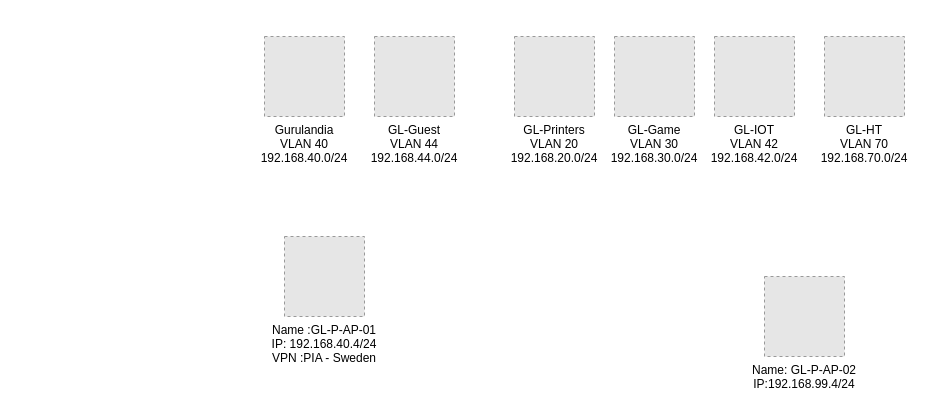
Above: Gurulandia-Network.drawio in Harjanator/network-diagrams (draw.io), before the change. Source tidied: cells renumbered, new cells numbered last; positions are measured from the earlier drawing's top-left corner, leaving out a move shared by most shapes. Both pictures are drawn from the tidied source at 100%, with x=0, y=0 at pixel (264, 36). Pictures stored in the file or linked from it are replaced by grey dashed boxes.
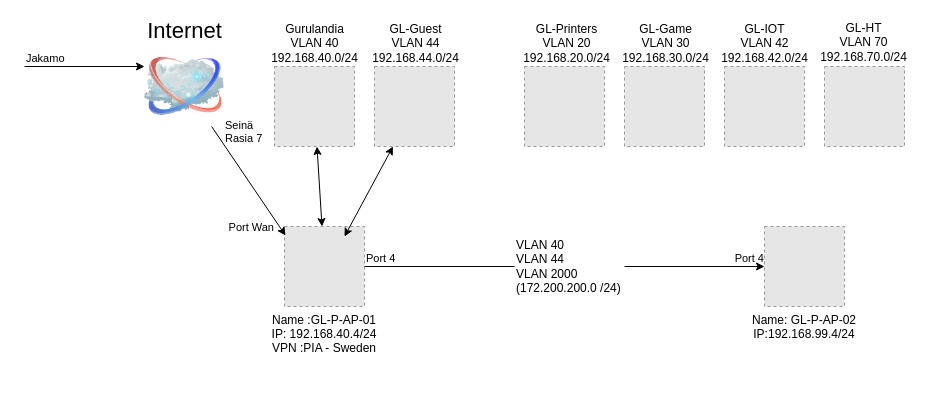
The same page after the edit.

What changed in the source:
```diff
@@
     <mxCell id="2" value="Name :GL-P-AP-01&#10;IP: 192.168.40.4/24&#10;VPN :PIA - Sweden" style="fillColor=#E6E6E6;strokeColor=#999999;dashed=1;verticalLabelPosition=bottom;labelBackgroundColor=default;verticalAlign=top;" parent="1" vertex="1">
-      <mxGeometry x="20" y="200" width="80" height="80" as="geometry" />
+      <mxGeometry x="20" y="190" width="80" height="80" as="geometry" />
     </mxCell>
     <mxCell id="3" value="Name: GL-P-AP-02&#10;IP:192.168.99.4/24" style="fillColor=#E6E6E6;strokeColor=#999999;dashed=1;verticalLabelPosition=bottom;labelBackgroundColor=default;verticalAlign=top;" parent="1" vertex="1">
-      <mxGeometry x="500" y="240" width="80" height="80" as="geometry" />
+      <mxGeometry x="500" y="190" width="80" height="80" as="geometry" />
     </mxCell>
-    <mxCell id="4" value="Gurulandia&#10;VLAN 40&#10;192.168.40.0/24" style="fillColor=#E6E6E6;strokeColor=#999999;dashed=1;verticalLabelPosition=bottom;labelBackgroundColor=default;verticalAlign=top;" parent="1" vertex="1">
-      <mxGeometry width="80" height="80" as="geometry" />
+    <mxCell id="4" value="Gurulandia&lt;br&gt;VLAN 40&lt;br&gt;192.168.40.0/24" style="fillColor=#E6E6E6;strokeColor=#999999;dashed=1;verticalLabelPosition=bottom;labelBackgroundColor=default;verticalAlign=top;html=1;" parent="1" vertex="1">
+      <mxGeometry x="10" y="30" width="80" height="80" as="geometry">
+        <mxPoint y="-131" as="offset" />
+      </mxGeometry>
     </mxCell>
-    <mxCell id="5" value="GL-Guest&#10;VLAN 44&#10;192.168.44.0/24" style="fillColor=#E6E6E6;strokeColor=#999999;dashed=1;verticalLabelPosition=bottom;labelBackgroundColor=default;verticalAlign=top;" parent="1" vertex="1">
-      <mxGeometry x="110" width="80" height="80" as="geometry" />
+    <mxCell id="5" value="GL-Guest&lt;br&gt;VLAN 44&lt;br&gt;192.168.44.0/24" style="fillColor=#E6E6E6;strokeColor=#999999;dashed=1;verticalLabelPosition=bottom;labelBackgroundColor=default;verticalAlign=top;html=1;" parent="1" vertex="1">
+      <mxGeometry x="110" y="30" width="80" height="80" as="geometry">
+        <mxPoint x="1" y="-131" as="offset" />
+      </mxGeometry>
     </mxCell>
-    <mxCell id="6" value="GL-Printers&#10;VLAN 20&#10;192.168.20.0/24" style="fillColor=#E6E6E6;strokeColor=#999999;dashed=1;verticalLabelPosition=bottom;labelBackgroundColor=default;verticalAlign=top;" parent="1" vertex="1">
-      <mxGeometry x="250" width="80" height="80" as="geometry" />
+    <mxCell id="6" value="GL-Printers&lt;br&gt;VLAN 20&lt;br&gt;192.168.20.0/24" style="fillColor=#E6E6E6;strokeColor=#999999;dashed=1;verticalLabelPosition=bottom;labelBackgroundColor=default;verticalAlign=top;html=1;" parent="1" vertex="1">
+      <mxGeometry x="260" y="30" width="80" height="80" as="geometry">
+        <mxPoint x="2" y="-131" as="offset" />
+      </mxGeometry>
     </mxCell>
-    <mxCell id="7" value="GL-Game&#10;VLAN 30&#10;192.168.30.0/24" style="fillColor=#E6E6E6;strokeColor=#999999;dashed=1;verticalLabelPosition=bottom;labelBackgroundColor=default;verticalAlign=top;" parent="1" vertex="1">
-      <mxGeometry x="350" width="80" height="80" as="geometry" />
+    <mxCell id="7" value="GL-Game&lt;br&gt;VLAN 30&lt;br&gt;192.168.30.0/24" style="fillColor=#E6E6E6;strokeColor=#999999;dashed=1;verticalLabelPosition=bottom;labelBackgroundColor=default;verticalAlign=top;html=1;" parent="1" vertex="1">
+      <mxGeometry x="360" y="30" width="80" height="80" as="geometry">
+        <mxPoint x="1" y="-131" as="offset" />
+      </mxGeometry>
     </mxCell>
-    <mxCell id="8" value="GL-IOT&#10;VLAN 42&#10;192.168.42.0/24" style="fillColor=#E6E6E6;strokeColor=#999999;dashed=1;verticalLabelPosition=bottom;labelBackgroundColor=default;verticalAlign=top;" parent="1" vertex="1">
-      <mxGeometry x="450" width="80" height="80" as="geometry" />
+    <mxCell id="8" value="GL-IOT&lt;br&gt;VLAN 42&lt;br&gt;192.168.42.0/24" style="fillColor=#E6E6E6;strokeColor=#999999;dashed=1;verticalLabelPosition=bottom;labelBackgroundColor=default;verticalAlign=top;html=1;" parent="1" vertex="1">
+      <mxGeometry x="460" y="30" width="80" height="80" as="geometry">
+        <mxPoint y="-131" as="offset" />
+      </mxGeometry>
     </mxCell>
-    <mxCell id="9" value="GL-HT&#10;VLAN 70&#10;192.168.70.0/24" style="fillColor=#E6E6E6;strokeColor=#999999;dashed=1;verticalLabelPosition=bottom;labelBackgroundColor=default;verticalAlign=top;" parent="1" vertex="1">
-      <mxGeometry x="560" width="80" height="80" as="geometry" />
+    <mxCell id="9" value="GL-HT&lt;br&gt;VLAN 70&lt;br&gt;192.168.70.0/24" style="fillColor=#E6E6E6;strokeColor=#999999;dashed=1;verticalLabelPosition=bottom;labelBackgroundColor=default;verticalAlign=top;html=1;" parent="1" vertex="1">
+      <mxGeometry x="560" y="30" width="80" height="80" as="geometry">
+        <mxPoint x="-1" y="-132" as="offset" />
+      </mxGeometry>
     </mxCell>
+    <mxCell id="10" style="endArrow=classic;startArrow=classic;html=1;jumpStyle=none;startFill=1;" parent="1" edge="1" source="2" target="4">
+      <mxGeometry relative="1" as="geometry" />
+    </mxCell>
+    <mxCell id="11" value="Internet" style="image;html=1;labelBackgroundColor=#ffffff;image=img/lib/clip_art/networking/Cloud_128x128.png;rounded=1;shadow=0;comic=0;strokeWidth=2;fontSize=22;labelPosition=center;verticalLabelPosition=top;align=center;verticalAlign=bottom;" parent="1" vertex="1">
+      <mxGeometry x="-120" y="10" width="80" height="80" as="geometry" />
+    </mxCell>
+    <mxCell id="12" style="endArrow=classic;html=1;jumpStyle=none;entryX=0;entryY=0.25;entryDx=0;entryDy=0;" parent="1" edge="1" target="11">
+      <mxGeometry relative="1" as="geometry">
+        <mxPoint x="-240" y="30" as="sourcePoint" />
+      </mxGeometry>
+    </mxCell>
+    <mxCell id="13" value="Jakamo" style="edgeLabel;html=1;align=left;verticalAlign=bottom;labelBackgroundColor=none;sketch=0;strokeColor=default;" parent="12" vertex="1">
+      <mxGeometry x="-1" relative="1" as="geometry" />
+    </mxCell>
+    <mxCell id="14" style="endArrow=classic;html=1;jumpStyle=none;entryX=0.013;entryY=0.113;entryDx=0;entryDy=0;entryPerimeter=0;" parent="1" edge="1" source="11" target="2">
+      <mxGeometry relative="1" as="geometry" />
+    </mxCell>
+    <mxCell id="15" value="Seinä&lt;br&gt;Rasia 7" style="edgeLabel;html=1;align=left;verticalAlign=bottom;labelBackgroundColor=none;sketch=0;strokeColor=default;" parent="14" vertex="1">
+      <mxGeometry x="-1" relative="1" as="geometry">
+        <mxPoint x="12" y="20" as="offset" />
+      </mxGeometry>
+    </mxCell>
+    <mxCell id="16" value="Port Wan" style="edgeLabel;html=1;align=right;verticalAlign=bottom;labelBackgroundColor=none;sketch=0;strokeColor=default;" parent="14" vertex="1">
+      <mxGeometry x="1" relative="1" as="geometry">
+        <mxPoint x="-11" as="offset" />
+      </mxGeometry>
+    </mxCell>
+    <mxCell id="17" style="endArrow=classic;startArrow=classic;html=1;jumpStyle=none;exitX=0.75;exitY=0.125;exitDx=0;exitDy=0;exitPerimeter=0;" parent="1" edge="1" source="2" target="5">
+      <mxGeometry relative="1" as="geometry" />
+    </mxCell>
+    <mxCell id="18" style="endArrow=classic;html=1;jumpStyle=none;startArrow=none;" parent="1" edge="1" source="20" target="3">
+      <mxGeometry relative="1" as="geometry" />
+    </mxCell>
+    <mxCell id="19" value="Port 4" style="edgeLabel;html=1;align=right;verticalAlign=bottom;labelBackgroundColor=none;sketch=0;strokeColor=default;" parent="18" vertex="1">
+      <mxGeometry x="1" relative="1" as="geometry" />
+    </mxCell>
+    <mxCell id="20" value="VLAN&amp;nbsp;40&lt;br&gt;VLAN 44&amp;nbsp;&lt;br&gt;VLAN 2000 (172.200.200.0 /24)" style="text;html=1;strokeColor=none;fillColor=none;align=left;verticalAlign=middle;whiteSpace=wrap;rounded=0;labelBackgroundColor=none;sketch=0;" parent="1" vertex="1">
+      <mxGeometry x="250" y="215" width="110" height="30" as="geometry" />
+    </mxCell>
+    <mxCell id="21" style="endArrow=none;html=1;jumpStyle=none;" parent="1" edge="1" source="2" target="20">
+      <mxGeometry relative="1" as="geometry" />
+    </mxCell>
+    <mxCell id="22" value="Port 4" style="edgeLabel;html=1;align=left;verticalAlign=bottom;labelBackgroundColor=none;sketch=0;strokeColor=default;" parent="21" vertex="1">
+      <mxGeometry x="-1" relative="1" as="geometry" />
+    </mxCell>
```
